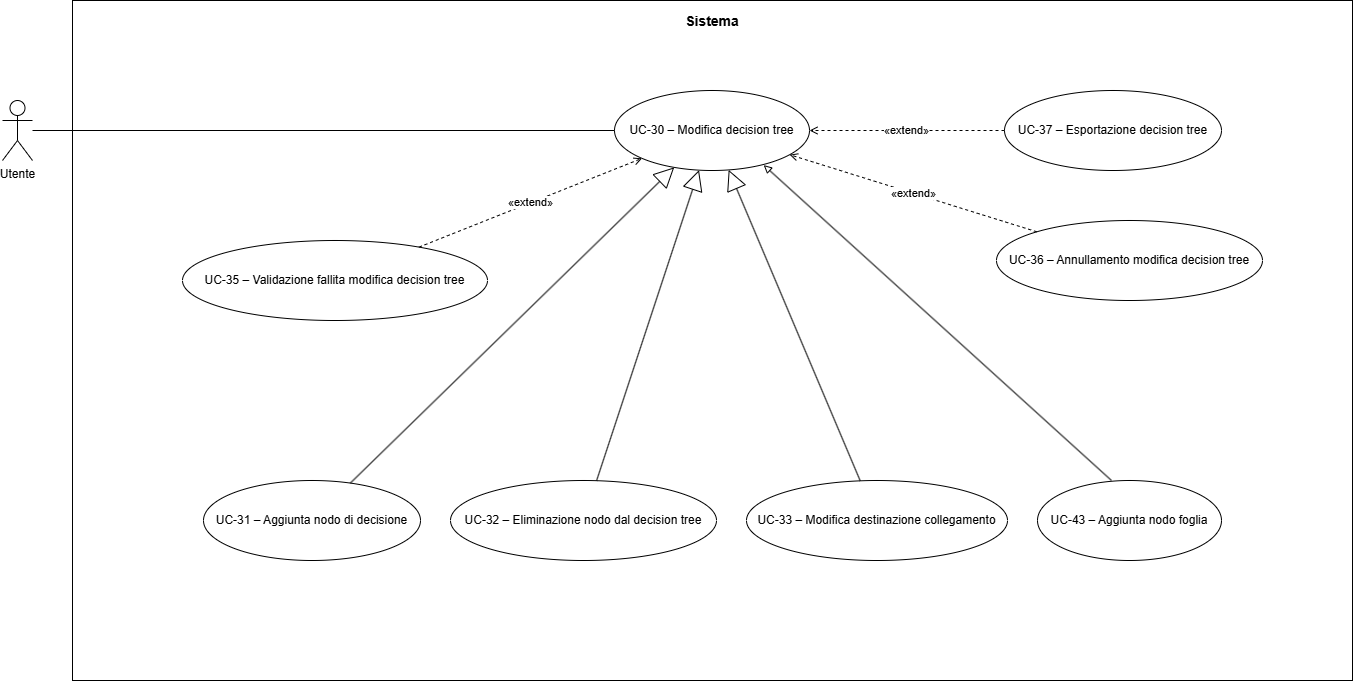
CoderiusGroup/Documentazione keeps this draw.io diagram as src/images/diagrammiUML/UC-30.png. Above is the earlier version. Source tidied: cells renumbered, new cells last; positions are measured from the earlier drawing's top-left corner, leaving out a move shared by most shapes.
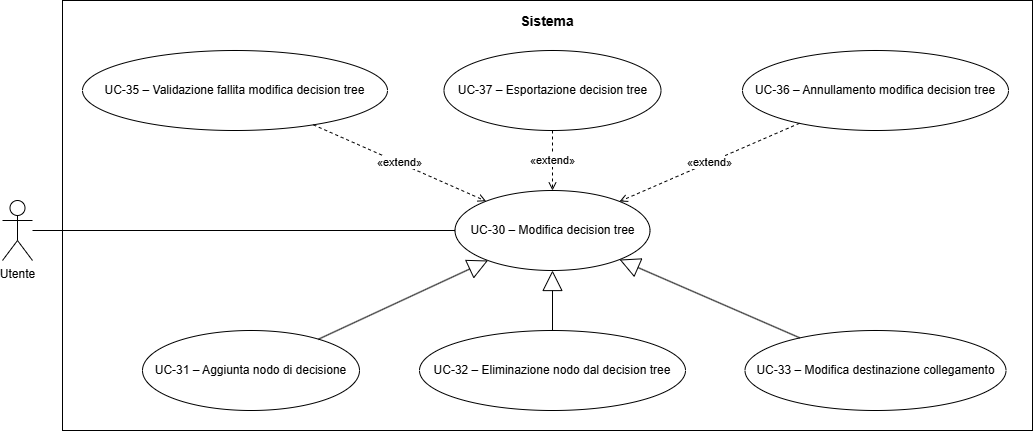
Later version of the same file.

The edit, as a diff of the source:
```diff
@@ -3,35 +3,32 @@
     <mxCell id="0" />
     <mxCell id="1" parent="0" />
     <mxCell id="2" value="&lt;b&gt;Sistema&lt;/b&gt;" style="rounded=0;whiteSpace=wrap;html=1;fillColor=none;strokeColor=#000000;strokeWidth=1;align=center;verticalAlign=top;fontSize=14;spacingTop=6;fontStyle=0;" parent="1" vertex="1">
-      <mxGeometry x="70" width="1280" height="680" as="geometry" />
+      <mxGeometry x="220" y="110" width="970" height="430" as="geometry" />
     </mxCell>
     <mxCell id="3" value="Utente" style="shape=umlActor;verticalLabelPosition=bottom;verticalAlign=top;html=1;outlineConnect=0;" parent="1" vertex="1">
-      <mxGeometry y="100" width="30" height="60" as="geometry" />
+      <mxGeometry x="160" y="310" width="30" height="60" as="geometry" />
     </mxCell>
     <mxCell id="4" value="UC-30 – Modifica decision tree" style="ellipse;whiteSpace=wrap;html=1;fillColor=#ffffff;strokeColor=#000000;strokeWidth=1;fontSize=12;" parent="1" vertex="1">
-      <mxGeometry x="612" y="90" width="195" height="80" as="geometry" />
+      <mxGeometry x="612.5" y="300" width="195" height="80" as="geometry" />
     </mxCell>
     <mxCell id="5" value="UC-35 – Validazione fallita modifica decision tree" style="ellipse;whiteSpace=wrap;html=1;fillColor=#ffffff;strokeColor=#000000;strokeWidth=1;fontSize=12;" parent="1" vertex="1">
-      <mxGeometry x="180" y="240" width="305" height="80" as="geometry" />
+      <mxGeometry x="240" y="160" width="305" height="80" as="geometry" />
     </mxCell>
     <mxCell id="6" value="UC-36 – Annullamento modifica decision tree" style="ellipse;whiteSpace=wrap;html=1;fillColor=#ffffff;strokeColor=#000000;strokeWidth=1;fontSize=12;" parent="1" vertex="1">
-      <mxGeometry x="994" y="220" width="266" height="80" as="geometry" />
+      <mxGeometry x="900" y="160" width="266" height="80" as="geometry" />
     </mxCell>
     <mxCell id="7" value="UC-37 – Esportazione decision tree" style="ellipse;whiteSpace=wrap;html=1;fillColor=#ffffff;strokeColor=#000000;strokeWidth=1;fontSize=12;" parent="1" vertex="1">
-      <mxGeometry x="1002" y="90" width="217" height="80" as="geometry" />
+      <mxGeometry x="601.5" y="160" width="217" height="80" as="geometry" />
     </mxCell>
     <mxCell id="8" value="UC-31 – Aggiunta nodo di decisione" style="ellipse;whiteSpace=wrap;html=1;fillColor=#ffffff;strokeColor=#000000;strokeWidth=1;fontSize=12;" parent="1" vertex="1">
-      <mxGeometry x="201" y="480" width="217" height="80" as="geometry" />
+      <mxGeometry x="300" y="440" width="217" height="80" as="geometry" />
     </mxCell>
     <mxCell id="9" value="UC-32 – Eliminazione nodo dal decision tree" style="ellipse;whiteSpace=wrap;html=1;fillColor=#ffffff;strokeColor=#000000;strokeWidth=1;fontSize=12;" parent="1" vertex="1">
-      <mxGeometry x="448" y="480" width="266" height="80" as="geometry" />
+      <mxGeometry x="577" y="440" width="266" height="80" as="geometry" />
     </mxCell>
     <mxCell id="10" value="UC-33 – Modifica destinazione collegamento" style="ellipse;whiteSpace=wrap;html=1;fillColor=#ffffff;strokeColor=#000000;strokeWidth=1;fontSize=12;" parent="1" vertex="1">
-      <mxGeometry x="744" y="480" width="261" height="80" as="geometry" />
+      <mxGeometry x="902.5" y="440" width="261" height="80" as="geometry" />
     </mxCell>
-    <mxCell id="11" value="UC-43 – Aggiunta nodo foglia" style="ellipse;whiteSpace=wrap;html=1;fillColor=#ffffff;strokeColor=#000000;strokeWidth=1;fontSize=12;" parent="1" vertex="1">
-      <mxGeometry x="1035" y="480" width="184" height="80" as="geometry" />
-    </mxCell>
     <mxCell id="12" style="endArrow=none;html=1;strokeColor=#000000;strokeWidth=1;" parent="1" edge="1" source="3" target="4">
       <mxGeometry relative="1" as="geometry" />
     </mxCell>
@@ -53,10 +50,5 @@
     <mxCell id="18" style="endArrow=block;endFill=0;endSize=18;html=1;strokeColor=#000000;strokeWidth=1;" parent="1" edge="1" source="10" target="4">
       <mxGeometry relative="1" as="geometry" />
     </mxCell>
-    <mxCell id="19" style="endArrow=block;endFill=0;html=1;strokeColor=#000000;strokeWidth=1;exitX=0.5;exitY=0;exitDx=0;exitDy=0;entryX=0.765;entryY=0.932;entryDx=0;entryDy=0;entryPerimeter=0;" parent="1" edge="1" target="4">
-      <mxGeometry relative="1" as="geometry">
-        <mxPoint x="1109" y="480" as="sourcePoint" />
-      </mxGeometry>
-    </mxCell>
   </root>
 </mxGraphModel>
```
